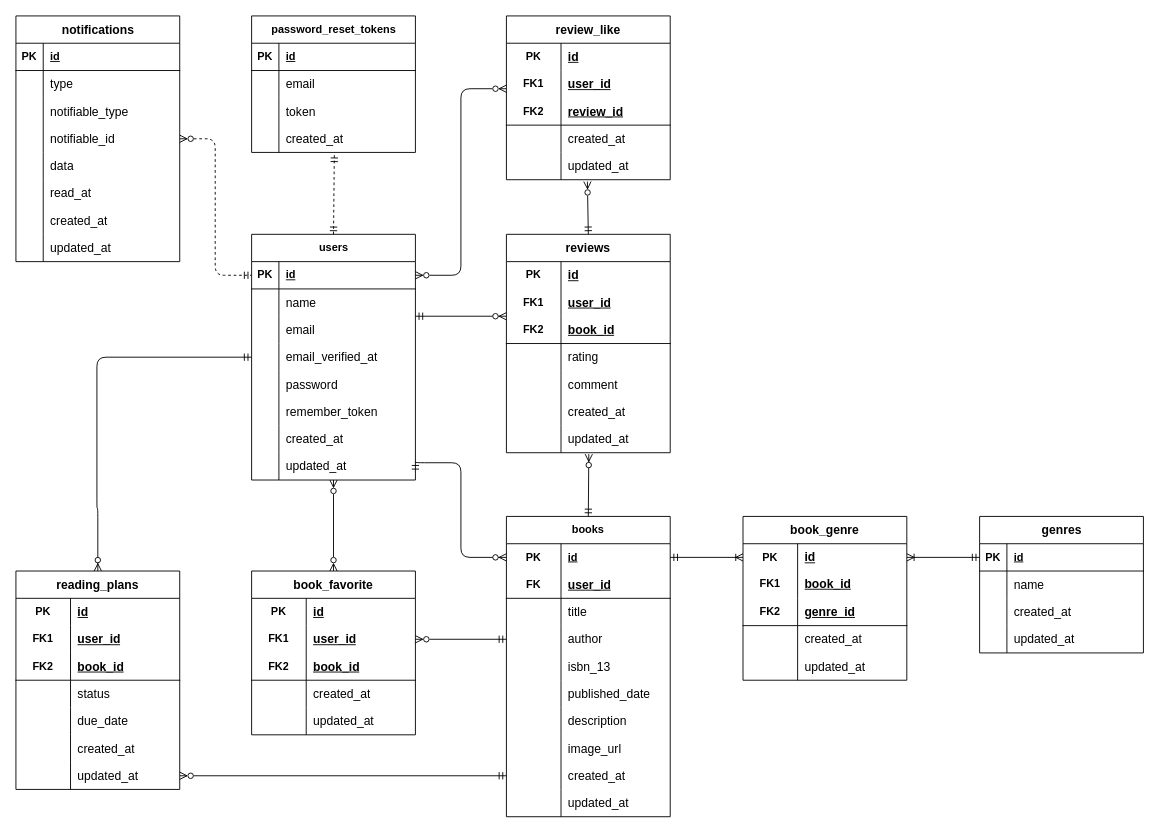
TakakazuSekiguchi/bookshelf-app keeps this draw.io diagram as index.drawio. Above is the earlier version. Source tidied: cells renumbered, new cells numbered last; positions are measured from the earlier drawing's top-left corner, leaving out a move shared by most shapes. Both pictures are drawn from the tidied source at 91%, with x=0, y=0 at pixel (15, 15).
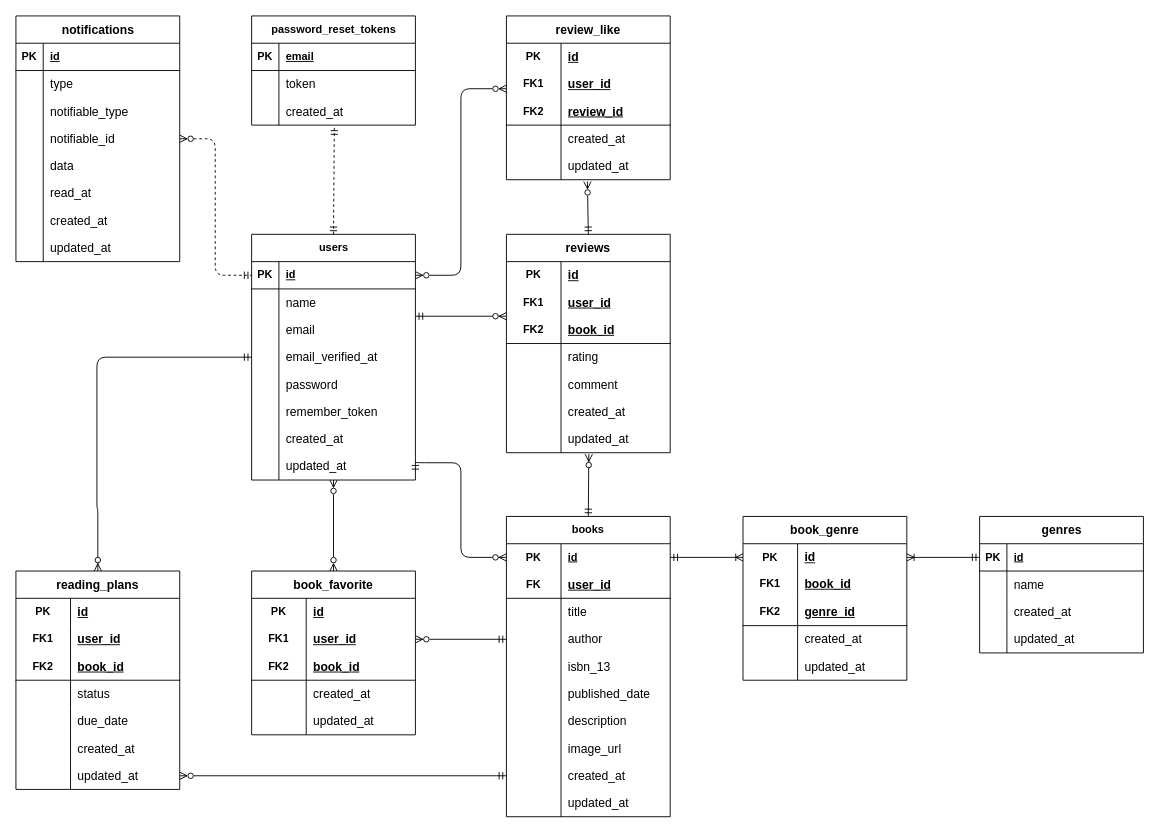
The same page after the edit.

Commit message (it also covers changes not shown here):
ER図内のpassword_reset_tokensテーブルのPKを修正

The change refers to these unchanged cells:
```xml
<mxCell id="28" style="shape=tableRow;horizontal=0;startSize=0;swimlaneHead=0;swimlaneBody=0;fillColor=none;top=0;left=0;right=0;bottom=1;rounded=0;" parent="27" vertex="1">
  <mxGeometry y="30" width="180" height="30" as="geometry" />
</mxCell>
```

The edit, as a diff of the source:
```diff
@@
     <mxCell id="27" value="password_reset_tokens" style="shape=table;startSize=30;childLayout=tableLayout;rowLines=0;fontStyle=1;align=center;html=1;rounded=0;" parent="1" vertex="1">
-      <mxGeometry x="259" width="180" height="150" as="geometry" />
+      <mxGeometry x="259" width="180" height="120" as="geometry" />
     </mxCell>
@@
-    <mxCell id="30" value="id" style="shape=partialRectangle;fillColor=none;top=0;left=0;bottom=0;right=0;align=left;spacingLeft=6;fontStyle=5;overflow=hidden;whiteSpace=wrap;html=1;rounded=0;" parent="28" vertex="1">
+    <mxCell id="30" value="email" style="shape=partialRectangle;fillColor=none;top=0;left=0;bottom=0;right=0;align=left;spacingLeft=6;fontStyle=5;overflow=hidden;whiteSpace=wrap;html=1;rounded=0;" parent="28" vertex="1">
       <mxGeometry x="30" width="150" height="30" as="geometry" />
     </mxCell>
-    <mxCell id="31" style="shape=tableRow;horizontal=0;startSize=0;swimlaneHead=0;swimlaneBody=0;fillColor=none;top=0;left=0;right=0;bottom=0;rounded=0;" parent="27" vertex="1">
-      <mxGeometry y="60" width="180" height="30" as="geometry" />
-    </mxCell>
-    <mxCell id="32" style="shape=partialRectangle;fillColor=none;top=0;left=0;bottom=0;right=0;overflow=hidden;whiteSpace=wrap;html=1;rounded=0;" parent="31" vertex="1">
-      <mxGeometry width="30" height="30" as="geometry" />
-    </mxCell>
-    <mxCell id="33" value="&lt;span style=&quot;color: rgb(0, 0, 0); font-size: 10pt; font-family: Arial;&quot;&gt;email&lt;/span&gt;" style="shape=partialRectangle;fillColor=none;top=0;left=0;bottom=0;right=0;align=left;spacingLeft=6;overflow=hidden;whiteSpace=wrap;html=1;rounded=0;" parent="31" vertex="1">
-      <mxGeometry x="30" width="150" height="30" as="geometry" />
-    </mxCell>
     <mxCell id="34" style="shape=tableRow;horizontal=0;startSize=0;swimlaneHead=0;swimlaneBody=0;fillColor=none;top=0;left=0;right=0;bottom=0;rounded=0;" parent="27" vertex="1">
-      <mxGeometry y="90" width="180" height="30" as="geometry" />
+      <mxGeometry y="60" width="180" height="30" as="geometry" />
     </mxCell>
@@
     <mxCell id="37" style="shape=tableRow;horizontal=0;startSize=0;swimlaneHead=0;swimlaneBody=0;fillColor=none;points=[[0,0.5],[1,0.5]];portConstraint=eastwest;top=0;left=0;right=0;bottom=0;rounded=0;" parent="27" vertex="1">
-      <mxGeometry y="120" width="180" height="30" as="geometry" />
+      <mxGeometry y="90" width="180" height="30" as="geometry" />
     </mxCell>
```
